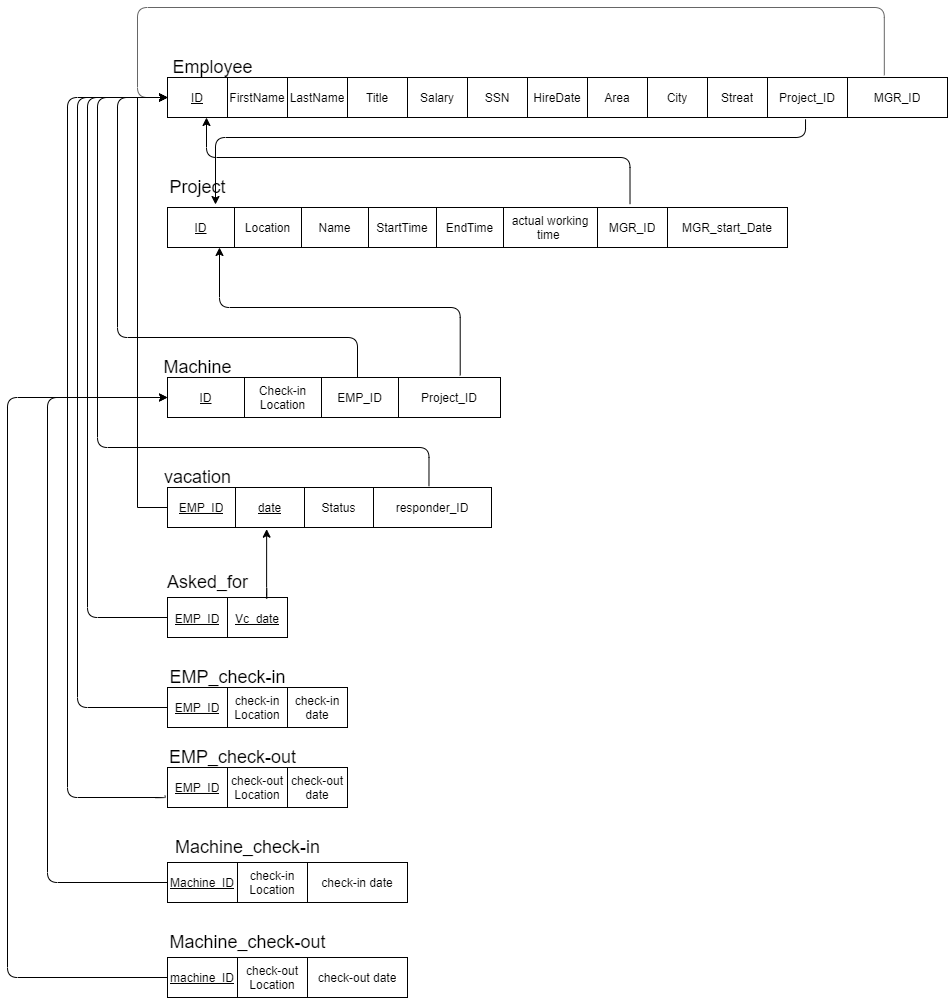
This is schema.png from aymanred121/IGEC-Logging-App-Project, a draw.io export, as it was before one commit. Source tidied: cells renumbered, new cells last; positions are measured from the earlier drawing's top-left corner, leaving out a move shared by most shapes.
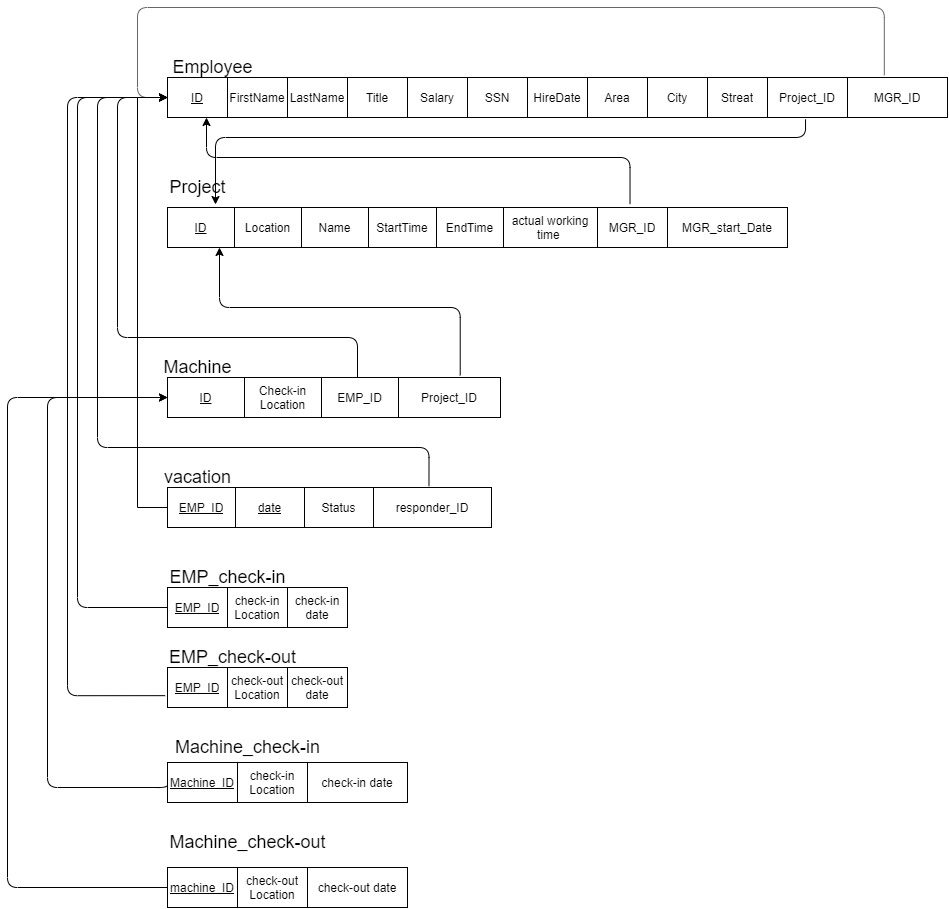
The same diagram one commit later.

Diff of the diagram source:
```diff
@@ -176,38 +176,8 @@
         </Array>
       </mxGeometry>
     </mxCell>
-    <mxCell id="48" style="shape=table;startSize=0;fontSize=18;fontColor=default;strokeColor=default;fillColor=default;" parent="1" vertex="1">
-      <mxGeometry x="160" y="590" width="120" height="40" as="geometry" />
-    </mxCell>
-    <mxCell id="49" style="shape=partialRectangle;fillColor=none;top=0;left=0;bottom=0;right=0;points=[[0,0.5],[1,0.5]];portConstraint=eastwest;fontSize=18;fontColor=default;strokeColor=default;" parent="48" vertex="1">
-      <mxGeometry width="120" height="40" as="geometry" />
-    </mxCell>
-    <mxCell id="50" value="&lt;font style=&quot;font-size: 12px&quot;&gt;&lt;u&gt;EMP_ID&lt;/u&gt;&lt;/font&gt;" style="shape=partialRectangle;html=1;whiteSpace=wrap;overflow=hidden;fillColor=none;top=0;left=0;bottom=0;right=0;fontSize=18;fontColor=default;strokeColor=default;" parent="49" vertex="1">
-      <mxGeometry width="60" height="40" as="geometry" />
-    </mxCell>
-    <mxCell id="51" value="&lt;font style=&quot;font-size: 12px&quot;&gt;&lt;u&gt;Vc_date&lt;/u&gt;&lt;/font&gt;" style="shape=partialRectangle;html=1;whiteSpace=wrap;overflow=hidden;fillColor=none;top=0;left=0;bottom=0;right=0;fontSize=18;fontColor=default;strokeColor=default;" parent="49" vertex="1">
-      <mxGeometry x="60" width="60" height="40" as="geometry" />
-    </mxCell>
-    <mxCell id="52" value="Asked_for" style="text;html=1;align=center;verticalAlign=middle;strokeColor=none;fillColor=none;fontSize=18;fontColor=default;" parent="1" vertex="1">
-      <mxGeometry x="150" y="560" width="100" height="30" as="geometry" />
-    </mxCell>
-    <mxCell id="53" style="edgeStyle=segmentEdgeStyle;endArrow=classic;html=1;strokeColor=#000000;strokeWidth=1;labelBackgroundColor=default;fontColor=default;entryX=0;entryY=0.5;entryDx=0;entryDy=0;exitX=0;exitY=0.5;exitDx=0;exitDy=0;" parent="1" edge="1" source="49" target="3">
-      <mxGeometry relative="1" as="geometry">
-        <Array as="points">
-          <mxPoint x="80" y="610" />
-          <mxPoint x="80" y="90" />
-        </Array>
-      </mxGeometry>
-    </mxCell>
-    <mxCell id="54" style="edgeStyle=segmentEdgeStyle;endArrow=classic;html=1;strokeColor=#000000;strokeWidth=1;labelBackgroundColor=default;fontColor=default;exitX=0.817;exitY=0.003;exitDx=0;exitDy=0;exitPerimeter=0;entryX=0.306;entryY=1.042;entryDx=0;entryDy=0;entryPerimeter=0;" parent="1" edge="1" source="49" target="41">
-      <mxGeometry relative="1" as="geometry">
-        <Array as="points">
-          <mxPoint x="259" y="590" />
-        </Array>
-      </mxGeometry>
-    </mxCell>
     <mxCell id="55" style="shape=table;startSize=0;fontColor=default;strokeColor=default;fillColor=default;" parent="1" vertex="1">
-      <mxGeometry x="160" y="680" width="180" height="40" as="geometry" />
+      <mxGeometry x="160" y="580" width="180" height="40" as="geometry" />
     </mxCell>
     <mxCell id="56" style="shape=partialRectangle;fillColor=none;top=0;left=0;bottom=0;right=0;points=[[0,0.5],[1,0.5]];portConstraint=eastwest;fontColor=default;strokeColor=default;" parent="55" vertex="1">
       <mxGeometry width="180" height="40" as="geometry" />
@@ -222,7 +192,7 @@
       <mxGeometry x="120" width="60" height="40" as="geometry" />
     </mxCell>
     <mxCell id="60" style="shape=table;startSize=0;fontColor=default;strokeColor=default;fillColor=default;" parent="1" vertex="1">
-      <mxGeometry x="160" y="760" width="180" height="40" as="geometry" />
+      <mxGeometry x="160" y="660" width="180" height="40" as="geometry" />
     </mxCell>
     <mxCell id="61" style="shape=partialRectangle;fillColor=none;top=0;left=0;bottom=0;right=0;points=[[0,0.5],[1,0.5]];portConstraint=eastwest;fontColor=default;strokeColor=default;" parent="60" vertex="1">
       <mxGeometry width="180" height="40" as="geometry" />
@@ -237,16 +207,15 @@
       <mxGeometry x="120" width="60" height="40" as="geometry" />
     </mxCell>
     <mxCell id="65" value="&lt;font style=&quot;font-size: 18px&quot;&gt;EMP_check-in&lt;/font&gt;" style="text;html=1;align=center;verticalAlign=middle;strokeColor=none;fillColor=none;fontColor=default;" parent="1" vertex="1">
-      <mxGeometry x="155" y="660" width="130" height="20" as="geometry" />
+      <mxGeometry x="155" y="560" width="130" height="20" as="geometry" />
     </mxCell>
     <mxCell id="66" value="&lt;font style=&quot;font-size: 18px&quot;&gt;EMP_check-out&lt;/font&gt;" style="text;html=1;align=center;verticalAlign=middle;strokeColor=none;fillColor=none;fontColor=default;" parent="1" vertex="1">
-      <mxGeometry x="155" y="740" width="140" height="20" as="geometry" />
+      <mxGeometry x="155" y="640" width="140" height="20" as="geometry" />
     </mxCell>
     <mxCell id="67" style="edgeStyle=segmentEdgeStyle;endArrow=classic;html=1;strokeColor=#000000;strokeWidth=1;labelBackgroundColor=default;fontColor=default;entryX=0;entryY=0.5;entryDx=0;entryDy=0;exitX=-0.013;exitY=0.704;exitDx=0;exitDy=0;exitPerimeter=0;" parent="1" edge="1" source="61" target="3">
       <mxGeometry relative="1" as="geometry">
         <Array as="points">
-          <mxPoint x="158" y="790" />
-          <mxPoint x="60" y="790" />
+          <mxPoint x="60" y="688" />
           <mxPoint x="60" y="90" />
         </Array>
       </mxGeometry>
@@ -254,25 +223,25 @@
     <mxCell id="68" style="edgeStyle=segmentEdgeStyle;endArrow=classic;html=1;strokeColor=#000000;strokeWidth=1;labelBackgroundColor=default;fontColor=default;entryX=0;entryY=0.5;entryDx=0;entryDy=0;exitX=0;exitY=0.5;exitDx=0;exitDy=0;" parent="1" edge="1" source="56" target="3">
       <mxGeometry relative="1" as="geometry">
         <Array as="points">
-          <mxPoint x="70" y="700" />
+          <mxPoint x="70" y="600" />
           <mxPoint x="70" y="90" />
         </Array>
       </mxGeometry>
     </mxCell>
     <mxCell id="69" value="Machine_check-in" style="text;html=1;align=center;verticalAlign=middle;strokeColor=none;fillColor=none;fontSize=18;fontColor=default;" parent="1" vertex="1">
-      <mxGeometry x="160" y="825" width="160" height="30" as="geometry" />
+      <mxGeometry x="160" y="725" width="160" height="30" as="geometry" />
     </mxCell>
-    <mxCell id="70" style="edgeStyle=segmentEdgeStyle;endArrow=classic;html=1;strokeColor=#000000;strokeWidth=1;labelBackgroundColor=default;fontColor=default;entryX=0;entryY=0.5;entryDx=0;entryDy=0;exitX=0;exitY=0.5;exitDx=0;exitDy=0;" parent="1" edge="1" target="30">
+    <mxCell id="70" style="edgeStyle=segmentEdgeStyle;endArrow=classic;html=1;strokeColor=#000000;strokeWidth=1;labelBackgroundColor=default;fontColor=default;entryX=0;entryY=0.5;entryDx=0;entryDy=0;exitX=0;exitY=0.5;exitDx=0;exitDy=0;" parent="1" edge="1" source="77" target="30">
       <mxGeometry relative="1" as="geometry">
-        <mxPoint x="160" y="875" as="sourcePoint" />
         <Array as="points">
-          <mxPoint x="40" y="875" />
+          <mxPoint x="160" y="780" />
+          <mxPoint x="40" y="780" />
           <mxPoint x="40" y="390" />
         </Array>
       </mxGeometry>
     </mxCell>
     <mxCell id="71" style="shape=table;startSize=0;fontColor=default;strokeColor=default;fillColor=default;" parent="1" vertex="1">
-      <mxGeometry x="160" y="950" width="240" height="40" as="geometry" />
+      <mxGeometry x="160" y="860" width="240" height="40" as="geometry" />
     </mxCell>
     <mxCell id="72" style="shape=partialRectangle;fillColor=none;top=0;left=0;bottom=0;right=0;points=[[0,0.5],[1,0.5]];portConstraint=eastwest;fontColor=default;strokeColor=default;" parent="71" vertex="1">
       <mxGeometry width="240" height="40" as="geometry" />
@@ -287,7 +256,7 @@
       <mxGeometry x="140" width="100" height="40" as="geometry" />
     </mxCell>
     <mxCell id="76" style="shape=table;startSize=0;fontColor=default;strokeColor=default;fillColor=default;" parent="1" vertex="1">
-      <mxGeometry x="160" y="855" width="240" height="40" as="geometry" />
+      <mxGeometry x="160" y="755" width="240" height="40" as="geometry" />
     </mxCell>
     <mxCell id="77" style="shape=partialRectangle;fillColor=none;top=0;left=0;bottom=0;right=0;points=[[0,0.5],[1,0.5]];portConstraint=eastwest;fontColor=default;strokeColor=default;" parent="76" vertex="1">
       <mxGeometry width="240" height="40" as="geometry" />
@@ -304,7 +273,8 @@
     <mxCell id="81" style="edgeStyle=segmentEdgeStyle;endArrow=classic;html=1;strokeColor=#000000;strokeWidth=1;labelBackgroundColor=default;fontColor=default;entryX=0;entryY=0.5;entryDx=0;entryDy=0;exitX=0;exitY=0.5;exitDx=0;exitDy=0;" parent="1" edge="1" source="72" target="30">
       <mxGeometry relative="1" as="geometry">
         <Array as="points">
-          <mxPoint y="970" />
+          <mxPoint x="160" y="880" />
+          <mxPoint y="880" />
           <mxPoint y="390" />
         </Array>
       </mxGeometry>
@@ -318,7 +288,7 @@
       </mxGeometry>
     </mxCell>
     <mxCell id="83" value="Machine_check-out" style="text;html=1;align=center;verticalAlign=middle;strokeColor=none;fillColor=none;fontSize=18;fontColor=default;" parent="1" vertex="1">
-      <mxGeometry x="155" y="920" width="170" height="30" as="geometry" />
+      <mxGeometry x="155" y="820" width="170" height="30" as="geometry" />
     </mxCell>
   </root>
 </mxGraphModel>
```
